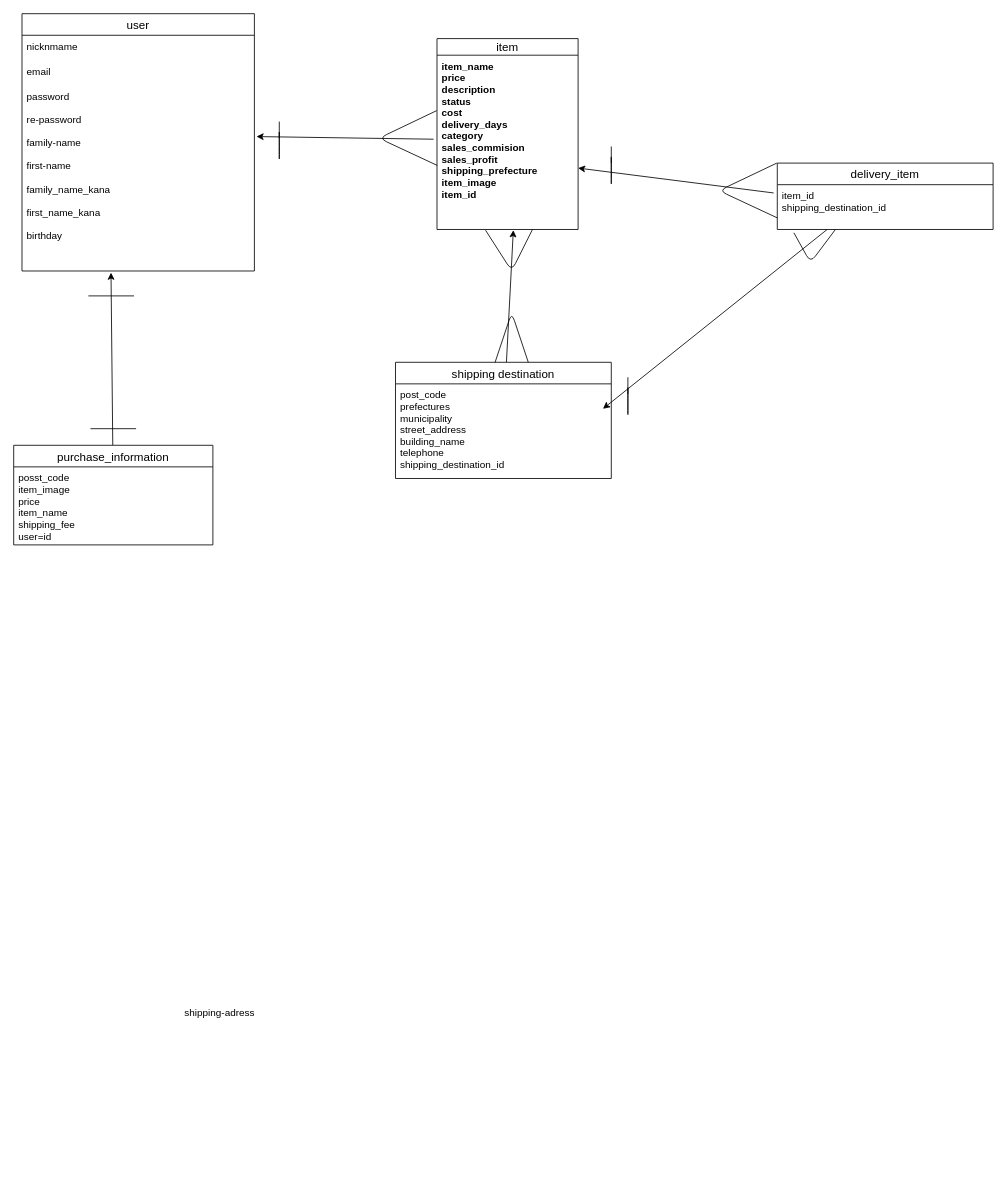
The draw.io diagram ER.dio in srho1212/furima-41247, before the edit. Source tidied: cells renumbered, new cells numbered last; positions are measured from the earlier drawing's top-left corner, leaving out a move shared by most shapes. Both pictures are drawn from the tidied source at 83%, with x=0, y=0 at pixel (13, 13).
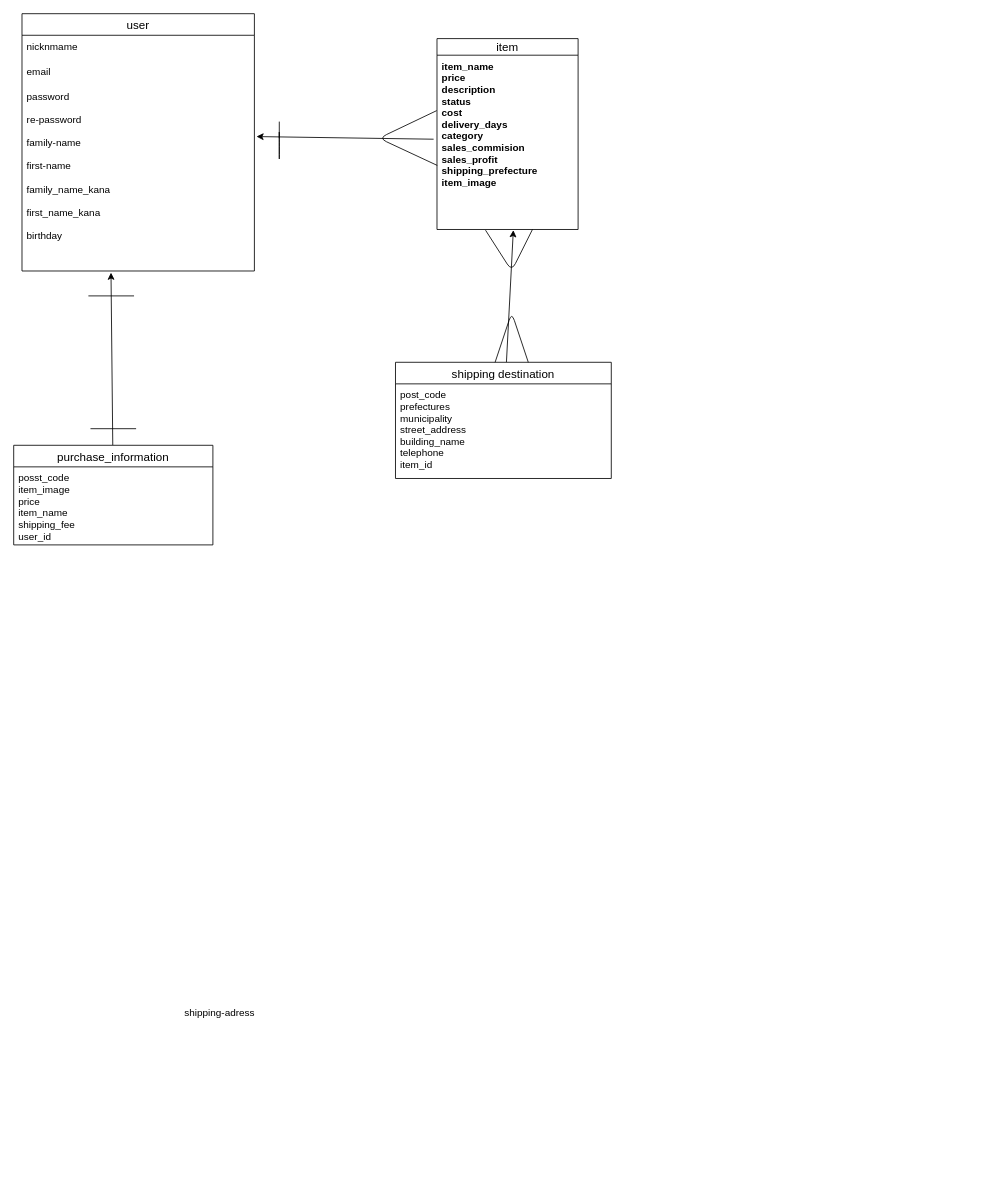
The same page after the edit.

Commit message (it also covers changes not shown here):
データベース設計、ER図修正

The change refers to these unchanged cells:
```xml
<mxCell id="7" value="purchase_information" style="swimlane;fontStyle=0;horizontal=1;startSize=26;align=center;fontSize=14;" parent="1" vertex="1">
  <mxGeometry y="520" width="240" height="120" as="geometry" />
</mxCell>
<mxCell id="10" value="shipping destination" style="swimlane;fontStyle=0;horizontal=1;startSize=26;align=center;fontSize=14;" parent="1" vertex="1">
  <mxGeometry x="460" y="420" width="260" height="140" as="geometry" />
</mxCell>
<mxCell id="13" value="item" style="swimlane;fontStyle=0;horizontal=1;startSize=20;align=center;fontSize=14;" parent="1" vertex="1">
  <mxGeometry x="510" y="30" width="170" height="230" as="geometry" />
</mxCell>
```

What changed in the source:
```diff
@@
-    <mxCell id="8" value="posst_code&#10;item_image&#10;price&#10;item_name&#10;shipping_fee&#10;user=id" style="text;strokeColor=none;fillColor=none;spacingLeft=4;spacingRight=4;overflow=hidden;fontSize=12;" parent="7" vertex="1">
+    <mxCell id="8" value="posst_code&#10;item_image&#10;price&#10;item_name&#10;shipping_fee&#10;user_id" style="text;strokeColor=none;fillColor=none;spacingLeft=4;spacingRight=4;overflow=hidden;fontSize=12;" parent="7" vertex="1">
       <mxGeometry y="26" width="240" height="94" as="geometry" />
     </mxCell>
@@
-    <mxCell id="11" value="post_code&#10;prefectures&#10;municipality&#10;street_address&#10;building_name&#10;telephone&#10;shipping_destination_id&#10;" style="text;strokeColor=none;fillColor=none;spacingLeft=4;spacingRight=4;overflow=hidden;fontSize=12;" parent="10" vertex="1">
+    <mxCell id="11" value="post_code&#10;prefectures&#10;municipality&#10;street_address&#10;building_name&#10;telephone&#10;item_id&#10;" style="text;strokeColor=none;fillColor=none;spacingLeft=4;spacingRight=4;overflow=hidden;fontSize=12;" parent="10" vertex="1">
       <mxGeometry y="26" width="260" height="114" as="geometry" />
     </mxCell>
@@
-    <mxCell id="14" value="item_name&#10;price&#10;description&#10;status&#10;cost&#10;delivery_days&#10;category&#10;sales_commision&#10;sales_profit&#10;shipping_prefecture&#10;item_image&#10;item_id" style="text;strokeColor=none;fillColor=none;spacingLeft=4;spacingRight=4;overflow=hidden;points=[[0,0.5],[1,0.5]];portConstraint=eastwest;fontSize=12;fontStyle=1;" parent="13" vertex="1">
+    <mxCell id="14" value="item_name&#10;price&#10;description&#10;status&#10;cost&#10;delivery_days&#10;category&#10;sales_commision&#10;sales_profit&#10;shipping_prefecture&#10;item_image&#10;" style="text;strokeColor=none;fillColor=none;spacingLeft=4;spacingRight=4;overflow=hidden;points=[[0,0.5],[1,0.5]];portConstraint=eastwest;fontSize=12;fontStyle=1;" parent="13" vertex="1">
       <mxGeometry y="20" width="170" height="210" as="geometry" />
     </mxCell>
@@
-    <mxCell id="20" value="delivery_item" style="swimlane;fontStyle=0;horizontal=1;startSize=26;align=center;fontSize=14;" parent="1" vertex="1">
-      <mxGeometry x="920" y="180" width="260" height="80" as="geometry" />
-    </mxCell>
-    <mxCell id="21" value="item_id&#10;shipping_destination_id&#10;" style="text;strokeColor=none;fillColor=none;spacingLeft=4;spacingRight=4;overflow=hidden;points=[[0,0.5],[1,0.5]];portConstraint=eastwest;fontSize=12;" parent="20" vertex="1">
-      <mxGeometry y="26" width="260" height="54" as="geometry" />
-    </mxCell>
-    <mxCell id="22" style="edgeStyle=none;html=1;entryX=1.009;entryY=0.277;entryDx=0;entryDy=0;entryPerimeter=0;exitX=-0.002;exitY=0.318;exitDx=0;exitDy=0;exitPerimeter=0;endArrow=none;" parent="1" edge="1">
-      <mxGeometry relative="1" as="geometry">
-        <mxPoint x="919.4" y="180" as="sourcePoint" />
-        <mxPoint x="920" y="246" as="targetPoint" />
-        <Array as="points">
-          <mxPoint x="849.7" y="213.2" />
-        </Array>
-      </mxGeometry>
-    </mxCell>
-    <mxCell id="23" style="endArrow=none;html=1;" parent="1" edge="1">
-      <mxGeometry relative="1" as="geometry">
-        <mxPoint x="720" y="180" as="sourcePoint" />
-        <mxPoint x="720" y="160" as="targetPoint" />
-        <Array as="points">
-          <mxPoint x="720" y="170" />
-          <mxPoint x="720" y="180" />
-          <mxPoint x="720" y="210" />
-        </Array>
-      </mxGeometry>
-    </mxCell>
-    <mxCell id="24" style="edgeStyle=none;html=1;entryX=1.009;entryY=0.277;entryDx=0;entryDy=0;entryPerimeter=0;startArrow=none;" parent="1" edge="1">
-      <mxGeometry relative="1" as="geometry">
-        <mxPoint x="980" y="260" as="sourcePoint" />
-        <mxPoint x="710" y="476" as="targetPoint" />
-      </mxGeometry>
-    </mxCell>
-    <mxCell id="25" style="endArrow=none;html=1;" parent="1" edge="1">
-      <mxGeometry relative="1" as="geometry">
-        <mxPoint x="940" y="264" as="sourcePoint" />
-        <mxPoint x="990" y="260" as="targetPoint" />
-        <Array as="points">
-          <mxPoint x="960" y="300" />
-        </Array>
-      </mxGeometry>
-    </mxCell>
-    <mxCell id="26" style="endArrow=none;html=1;" parent="1" edge="1">
-      <mxGeometry relative="1" as="geometry">
-        <mxPoint x="740" y="458" as="sourcePoint" />
-        <mxPoint x="740" y="438" as="targetPoint" />
-        <Array as="points">
-          <mxPoint x="740" y="448" />
-          <mxPoint x="740" y="458" />
-          <mxPoint x="740" y="488" />
-        </Array>
-      </mxGeometry>
-    </mxCell>
@@
-    <mxCell id="29" style="edgeStyle=none;html=1;entryX=1.009;entryY=0.277;entryDx=0;entryDy=0;entryPerimeter=0;startArrow=none;exitX=-0.017;exitY=0.185;exitDx=0;exitDy=0;exitPerimeter=0;" parent="1" edge="1" source="21">
-      <mxGeometry relative="1" as="geometry">
-        <mxPoint x="680" y="186" as="targetPoint" />
-      </mxGeometry>
-    </mxCell>
```
